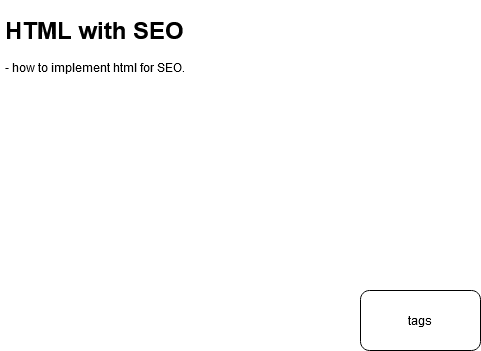
This is html_overview.png from stsiwo/seo_overview, a draw.io export, as it was before one commit. Source tidied: cells renumbered, new cells last; positions are measured from the earlier drawing's top-left corner, leaving out a move shared by most shapes. The source it was exported from:
```xml
<mxGraphModel>
  <root>
    <mxCell id="0" />
    <mxCell id="1" parent="0" />
    <mxCell id="2" value="tags" style="rounded=1;whiteSpace=wrap;html=1;" parent="1" vertex="1">
      <mxGeometry x="360" y="280" width="120" height="60" as="geometry" />
    </mxCell>
    <mxCell id="3" value="&lt;h1&gt;HTML with SEO&lt;br&gt;&lt;/h1&gt;&lt;p&gt;- how to implement html for SEO.&lt;/p&gt;" style="text;html=1;strokeColor=none;fillColor=none;spacing=5;spacingTop=-20;whiteSpace=wrap;overflow=hidden;rounded=0;" parent="1" vertex="1">
      <mxGeometry width="190" height="120" as="geometry" />
    </mxCell>
  </root>
</mxGraphModel>
```
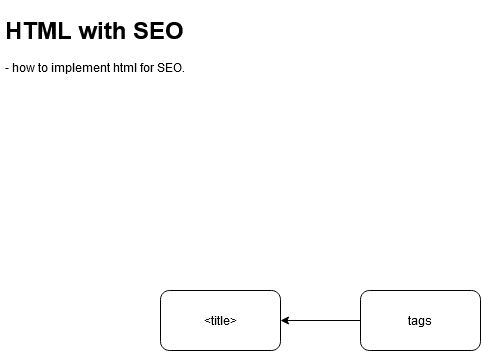
Later version of the same file.

Change to the diagram source:
```diff
@@ -2,11 +2,17 @@
   <root>
     <mxCell id="0" />
     <mxCell id="1" parent="0" />
+    <mxCell id="4" style="edgeStyle=orthogonalEdgeStyle;rounded=0;jettySize=auto;html=1;" parent="1" edge="1" source="2" target="5">
+      <mxGeometry relative="1" as="geometry" />
+    </mxCell>
     <mxCell id="2" value="tags" style="rounded=1;whiteSpace=wrap;html=1;" parent="1" vertex="1">
       <mxGeometry x="360" y="280" width="120" height="60" as="geometry" />
     </mxCell>
     <mxCell id="3" value="&lt;h1&gt;HTML with SEO&lt;br&gt;&lt;/h1&gt;&lt;p&gt;- how to implement html for SEO.&lt;/p&gt;" style="text;html=1;strokeColor=none;fillColor=none;spacing=5;spacingTop=-20;whiteSpace=wrap;overflow=hidden;rounded=0;" parent="1" vertex="1">
       <mxGeometry width="190" height="120" as="geometry" />
     </mxCell>
+    <mxCell id="5" value="&amp;lt;title&amp;gt;" style="rounded=1;whiteSpace=wrap;html=1;" parent="1" vertex="1">
+      <mxGeometry x="160" y="280" width="120" height="60" as="geometry" />
+    </mxCell>
   </root>
 </mxGraphModel>
```
